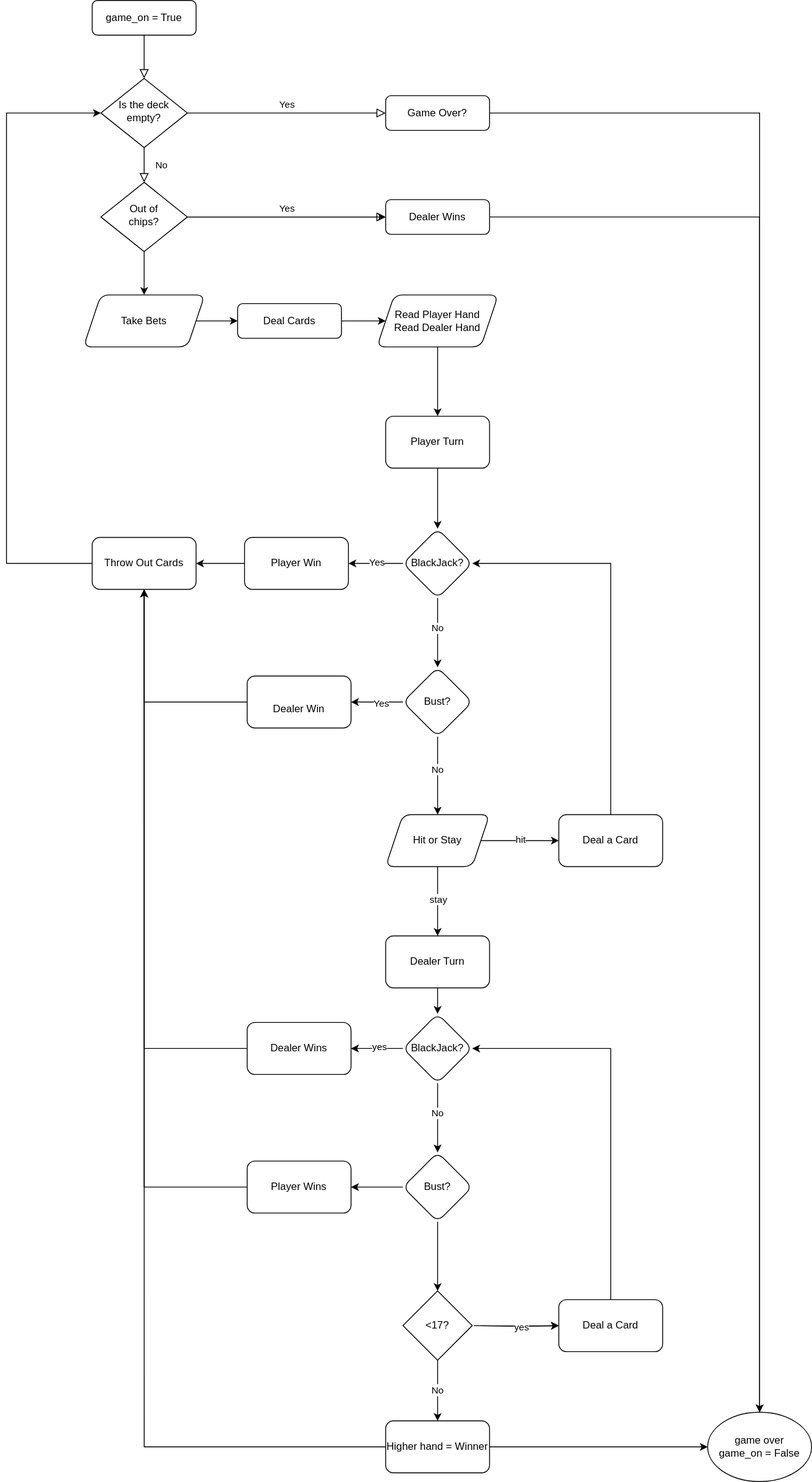
Earlier version of the draw.io export raw/images/BlackJack_LogicDiagram.svg (taylorrosenblum/BlackJack). Source tidied: cells renumbered, new cells last; positions are measured from the earlier drawing's top-left corner, leaving out a move shared by most shapes.
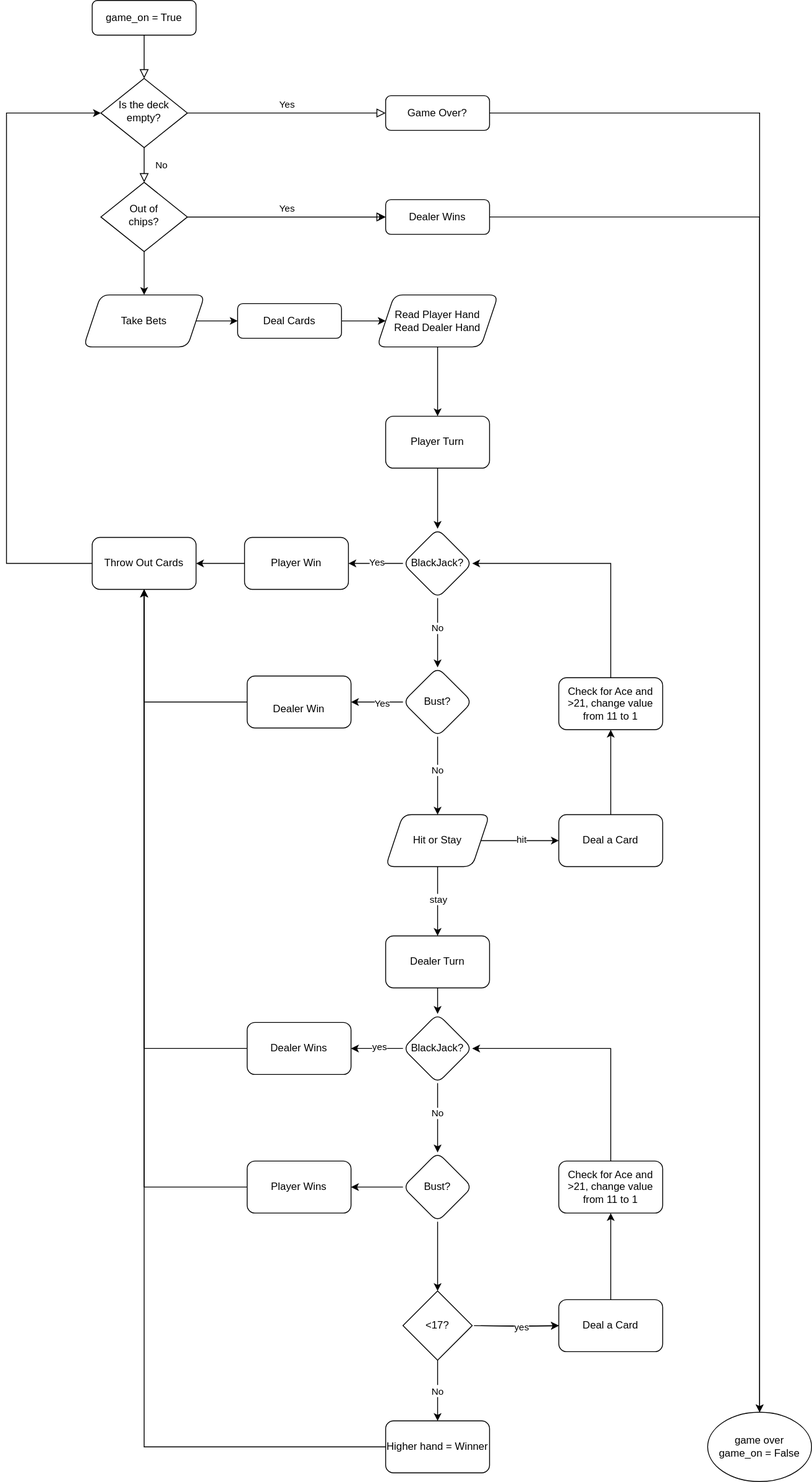
After the change.

Commit message:
Added special condition to change value of Ace from 11 to 1 if favorable, updated logic diagram, added some time delays to make dealer moves feel more human, some other formatting changes

Change to the diagram source:
```diff
@@ -125,9 +125,9 @@
     <mxCell id="42" value="Dealer Turn" style="whiteSpace=wrap;html=1;rounded=1;glass=0;strokeWidth=1;shadow=0;" parent="1" vertex="1">
       <mxGeometry x="438" y="1080" width="120" height="60" as="geometry" />
     </mxCell>
-    <mxCell id="43" style="edgeStyle=orthogonalEdgeStyle;rounded=0;jettySize=auto;html=1;exitX=0.5;exitY=0;exitDx=0;exitDy=0;entryX=1;entryY=0.5;entryDx=0;entryDy=0;" parent="1" edge="1" source="44" target="28">
-      <mxGeometry relative="1" as="geometry" />
-    </mxCell>
+    <mxCell id="73" style="edgeStyle=orthogonalEdgeStyle;rounded=0;jettySize=auto;html=1;" parent="1" edge="1" source="44" target="76">
+      <mxGeometry relative="1" as="geometry" />
+    </mxCell>
     <mxCell id="44" value="Deal a Card" style="whiteSpace=wrap;html=1;rounded=1;glass=0;strokeWidth=1;shadow=0;" parent="1" vertex="1">
       <mxGeometry x="638" y="940" width="120" height="60" as="geometry" />
     </mxCell>
@@ -169,18 +169,15 @@
         <mxPoint x="548" y="1530" as="sourcePoint" />
       </mxGeometry>
     </mxCell>
-    <mxCell id="57" style="edgeStyle=orthogonalEdgeStyle;rounded=0;jettySize=auto;html=1;exitX=1;exitY=0.5;exitDx=0;exitDy=0;entryX=0;entryY=0.5;entryDx=0;entryDy=0;" parent="1" edge="1" source="59" target="17">
-      <mxGeometry relative="1" as="geometry" />
-    </mxCell>
     <mxCell id="58" style="edgeStyle=orthogonalEdgeStyle;rounded=0;jettySize=auto;html=1;exitX=0;exitY=0.5;exitDx=0;exitDy=0;entryX=0.5;entryY=1;entryDx=0;entryDy=0;" parent="1" edge="1" source="59" target="72">
       <mxGeometry relative="1" as="geometry" />
     </mxCell>
     <mxCell id="59" value="Higher hand = Winner" style="whiteSpace=wrap;html=1;rounded=1;glass=0;strokeWidth=1;shadow=0;" parent="1" vertex="1">
       <mxGeometry x="438" y="1640" width="120" height="60" as="geometry" />
     </mxCell>
-    <mxCell id="60" style="edgeStyle=orthogonalEdgeStyle;rounded=0;jettySize=auto;html=1;exitX=0.5;exitY=0;exitDx=0;exitDy=0;entryX=1;entryY=0.5;entryDx=0;entryDy=0;" parent="1" edge="1" source="61" target="49">
-      <mxGeometry relative="1" as="geometry" />
-    </mxCell>
+    <mxCell id="74" style="edgeStyle=orthogonalEdgeStyle;rounded=0;jettySize=auto;html=1;exitX=0.5;exitY=0;exitDx=0;exitDy=0;entryX=0.5;entryY=1;entryDx=0;entryDy=0;" parent="1" edge="1" source="61" target="78">
+      <mxGeometry relative="1" as="geometry" />
+    </mxCell>
     <mxCell id="61" value="Deal a Card" style="whiteSpace=wrap;html=1;rounded=1;glass=0;strokeWidth=1;shadow=0;" parent="1" vertex="1">
       <mxGeometry x="638" y="1500" width="120" height="60" as="geometry" />
     </mxCell>
@@ -224,5 +221,17 @@
     <mxCell id="72" value="Throw Out Cards" style="whiteSpace=wrap;html=1;rounded=1;glass=0;strokeWidth=1;shadow=0;" parent="1" vertex="1">
       <mxGeometry x="99" y="620" width="120" height="60" as="geometry" />
     </mxCell>
+    <mxCell id="75" style="edgeStyle=orthogonalEdgeStyle;rounded=0;jettySize=auto;html=1;exitX=0.5;exitY=0;exitDx=0;exitDy=0;entryX=1;entryY=0.5;entryDx=0;entryDy=0;" parent="1" edge="1" source="76" target="28">
+      <mxGeometry relative="1" as="geometry" />
+    </mxCell>
+    <mxCell id="76" value="Check for Ace and &amp;gt;21, change value from 11 to 1" style="whiteSpace=wrap;html=1;rounded=1;glass=0;strokeWidth=1;shadow=0;" parent="1" vertex="1">
+      <mxGeometry x="638" y="782" width="120" height="60" as="geometry" />
+    </mxCell>
+    <mxCell id="77" style="edgeStyle=orthogonalEdgeStyle;rounded=0;jettySize=auto;html=1;exitX=0.5;exitY=0;exitDx=0;exitDy=0;entryX=1;entryY=0.5;entryDx=0;entryDy=0;" parent="1" edge="1" source="78" target="49">
+      <mxGeometry relative="1" as="geometry" />
+    </mxCell>
+    <mxCell id="78" value="Check for Ace and &amp;gt;21, change value from 11 to 1" style="whiteSpace=wrap;html=1;rounded=1;glass=0;strokeWidth=1;shadow=0;" parent="1" vertex="1">
+      <mxGeometry x="638" y="1340" width="120" height="60" as="geometry" />
+    </mxCell>
   </root>
 </mxGraphModel>
```
